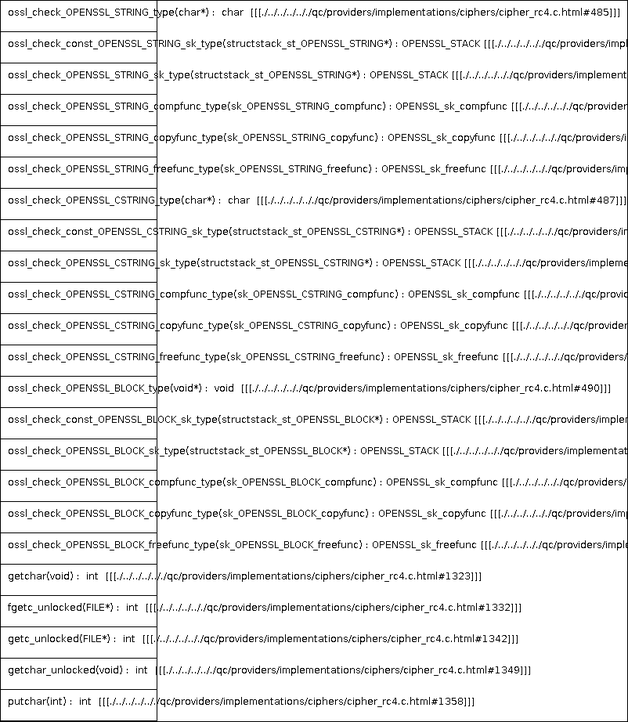
Before: docs/qc/providers/implementations/ciphers/cipher_rc4.c.png, a diagram exported from PlantUML (qualitesys/openssl). Its source is kept beside it as docs/qc/providers/implementations/ciphers/cipher_rc4.c.puml. Source of this version:
```plantuml
@startuml
!pragma layout smetana
class dummy {
ossl_check_OPENSSL_STRING_type(char*) :  char  [[[./../../../.././qc/providers/implementations/ciphers/cipher_rc4.c.html#485]]]
ossl_check_const_OPENSSL_STRING_sk_type(structstack_st_OPENSSL_STRING*) : OPENSSL_STACK [[[./../../../.././qc/providers/implementations/ciphers/cipher_rc4.c.html#485]]]
ossl_check_OPENSSL_STRING_sk_type(structstack_st_OPENSSL_STRING*) : OPENSSL_STACK [[[./../../../.././qc/providers/implementations/ciphers/cipher_rc4.c.html#485]]]
ossl_check_OPENSSL_STRING_compfunc_type(sk_OPENSSL_STRING_compfunc) : OPENSSL_sk_compfunc [[[./../../../.././qc/providers/implementations/ciphers/cipher_rc4.c.html#485]]]
ossl_check_OPENSSL_STRING_copyfunc_type(sk_OPENSSL_STRING_copyfunc) : OPENSSL_sk_copyfunc [[[./../../../.././qc/providers/implementations/ciphers/cipher_rc4.c.html#485]]]
ossl_check_OPENSSL_STRING_freefunc_type(sk_OPENSSL_STRING_freefunc) : OPENSSL_sk_freefunc [[[./../../../.././qc/providers/implementations/ciphers/cipher_rc4.c.html#485]]]
ossl_check_OPENSSL_CSTRING_type(char*) :  char  [[[./../../../.././qc/providers/implementations/ciphers/cipher_rc4.c.html#487]]]
ossl_check_const_OPENSSL_CSTRING_sk_type(structstack_st_OPENSSL_CSTRING*) : OPENSSL_STACK [[[./../../../.././qc/providers/implementations/ciphers/cipher_rc4.c.html#487]]]
ossl_check_OPENSSL_CSTRING_sk_type(structstack_st_OPENSSL_CSTRING*) : OPENSSL_STACK [[[./../../../.././qc/providers/implementations/ciphers/cipher_rc4.c.html#487]]]
ossl_check_OPENSSL_CSTRING_compfunc_type(sk_OPENSSL_CSTRING_compfunc) : OPENSSL_sk_compfunc [[[./../../../.././qc/providers/implementations/ciphers/cipher_rc4.c.html#487]]]
ossl_check_OPENSSL_CSTRING_copyfunc_type(sk_OPENSSL_CSTRING_copyfunc) : OPENSSL_sk_copyfunc [[[./../../../.././qc/providers/implementations/ciphers/cipher_rc4.c.html#487]]]
ossl_check_OPENSSL_CSTRING_freefunc_type(sk_OPENSSL_CSTRING_freefunc) : OPENSSL_sk_freefunc [[[./../../../.././qc/providers/implementations/ciphers/cipher_rc4.c.html#487]]]
ossl_check_OPENSSL_BLOCK_type(void*) :  void  [[[./../../../.././qc/providers/implementations/ciphers/cipher_rc4.c.html#490]]]
ossl_check_const_OPENSSL_BLOCK_sk_type(structstack_st_OPENSSL_BLOCK*) : OPENSSL_STACK [[[./../../../.././qc/providers/implementations/ciphers/cipher_rc4.c.html#490]]]
ossl_check_OPENSSL_BLOCK_sk_type(structstack_st_OPENSSL_BLOCK*) : OPENSSL_STACK [[[./../../../.././qc/providers/implementations/ciphers/cipher_rc4.c.html#490]]]
ossl_check_OPENSSL_BLOCK_compfunc_type(sk_OPENSSL_BLOCK_compfunc) : OPENSSL_sk_compfunc [[[./../../../.././qc/providers/implementations/ciphers/cipher_rc4.c.html#490]]]
ossl_check_OPENSSL_BLOCK_copyfunc_type(sk_OPENSSL_BLOCK_copyfunc) : OPENSSL_sk_copyfunc [[[./../../../.././qc/providers/implementations/ciphers/cipher_rc4.c.html#490]]]
ossl_check_OPENSSL_BLOCK_freefunc_type(sk_OPENSSL_BLOCK_freefunc) : OPENSSL_sk_freefunc [[[./../../../.././qc/providers/implementations/ciphers/cipher_rc4.c.html#490]]]
getchar(void) :  int  [[[./../../../.././qc/providers/implementations/ciphers/cipher_rc4.c.html#1323]]]
fgetc_unlocked(FILE*) :  int  [[[./../../../.././qc/providers/implementations/ciphers/cipher_rc4.c.html#1332]]]
getc_unlocked(FILE*) :  int  [[[./../../../.././qc/providers/implementations/ciphers/cipher_rc4.c.html#1342]]]
getchar_unlocked(void) :  int  [[[./../../../.././qc/providers/implementations/ciphers/cipher_rc4.c.html#1349]]]
putchar(int) :  int  [[[./../../../.././qc/providers/implementations/ciphers/cipher_rc4.c.html#1358]]]
}
@enduml
```
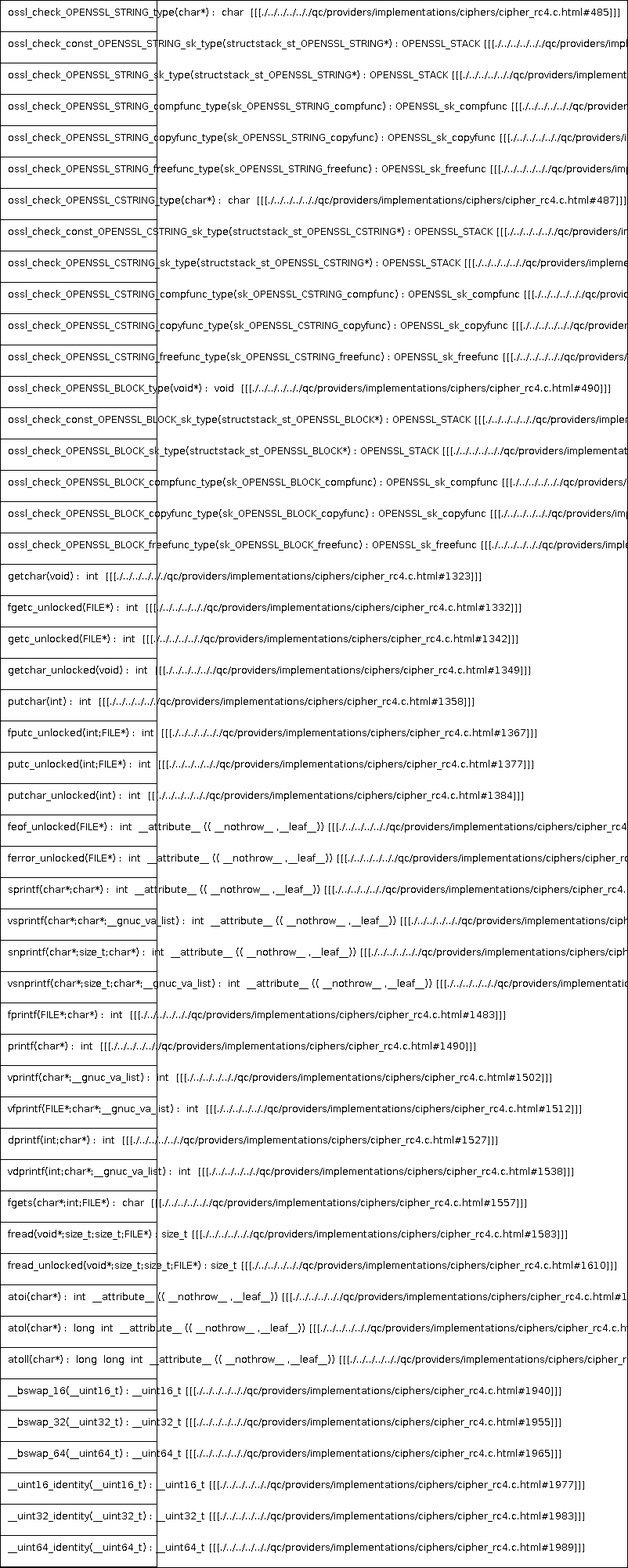
The same file after the commit.

Change to the diagram source:
```diff
@@ -24,5 +24,32 @@
 getc_unlocked(FILE*) :  int  [[[./../../../.././qc/providers/implementations/ciphers/cipher_rc4.c.html#1342]]]
 getchar_unlocked(void) :  int  [[[./../../../.././qc/providers/implementations/ciphers/cipher_rc4.c.html#1349]]]
 putchar(int) :  int  [[[./../../../.././qc/providers/implementations/ciphers/cipher_rc4.c.html#1358]]]
+fputc_unlocked(int;FILE*) :  int  [[[./../../../.././qc/providers/implementations/ciphers/cipher_rc4.c.html#1367]]]
+putc_unlocked(int;FILE*) :  int  [[[./../../../.././qc/providers/implementations/ciphers/cipher_rc4.c.html#1377]]]
+putchar_unlocked(int) :  int  [[[./../../../.././qc/providers/implementations/ciphers/cipher_rc4.c.html#1384]]]
+feof_unlocked(FILE*) :  int  __attribute__ (( __nothrow__ ,__leaf__)) [[[./../../../.././qc/providers/implementations/ciphers/cipher_rc4.c.html#1390]]]
+ferror_unlocked(FILE*) :  int  __attribute__ (( __nothrow__ ,__leaf__)) [[[./../../../.././qc/providers/implementations/ciphers/cipher_rc4.c.html#1397]]]
+sprintf(char*;char*) :  int  __attribute__ (( __nothrow__ ,__leaf__)) [[[./../../../.././qc/providers/implementations/ciphers/cipher_rc4.c.html#1416]]]
+vsprintf(char*;char*;__gnuc_va_list) :  int  __attribute__ (( __nothrow__ ,__leaf__)) [[[./../../../.././qc/providers/implementations/ciphers/cipher_rc4.c.html#1429]]]
+snprintf(char*;size_t;char*) :  int  __attribute__ (( __nothrow__ ,__leaf__)) [[[./../../../.././qc/providers/implementations/ciphers/cipher_rc4.c.html#1448]]]
+vsnprintf(char*;size_t;char*;__gnuc_va_list) :  int  __attribute__ (( __nothrow__ ,__leaf__)) [[[./../../../.././qc/providers/implementations/ciphers/cipher_rc4.c.html#1462]]]
+fprintf(FILE*;char*) :  int  [[[./../../../.././qc/providers/implementations/ciphers/cipher_rc4.c.html#1483]]]
+printf(char*) :  int  [[[./../../../.././qc/providers/implementations/ciphers/cipher_rc4.c.html#1490]]]
+vprintf(char*;__gnuc_va_list) :  int  [[[./../../../.././qc/providers/implementations/ciphers/cipher_rc4.c.html#1502]]]
+vfprintf(FILE*;char*;__gnuc_va_list) :  int  [[[./../../../.././qc/providers/implementations/ciphers/cipher_rc4.c.html#1512]]]
+dprintf(int;char*) :  int  [[[./../../../.././qc/providers/implementations/ciphers/cipher_rc4.c.html#1527]]]
+vdprintf(int;char*;__gnuc_va_list) :  int  [[[./../../../.././qc/providers/implementations/ciphers/cipher_rc4.c.html#1538]]]
+fgets(char*;int;FILE*) :  char  [[[./../../../.././qc/providers/implementations/ciphers/cipher_rc4.c.html#1557]]]
+fread(void*;size_t;size_t;FILE*) : size_t [[[./../../../.././qc/providers/implementations/ciphers/cipher_rc4.c.html#1583]]]
+fread_unlocked(void*;size_t;size_t;FILE*) : size_t [[[./../../../.././qc/providers/implementations/ciphers/cipher_rc4.c.html#1610]]]
+atoi(char*) :  int  __attribute__ (( __nothrow__ ,__leaf__)) [[[./../../../.././qc/providers/implementations/ciphers/cipher_rc4.c.html#1781]]]
+atol(char*) :  long  int  __attribute__ (( __nothrow__ ,__leaf__)) [[[./../../../.././qc/providers/implementations/ciphers/cipher_rc4.c.html#1786]]]
+atoll(char*) :  long  long  int  __attribute__ (( __nothrow__ ,__leaf__)) [[[./../../../.././qc/providers/implementations/ciphers/cipher_rc4.c.html#1793]]]
+__bswap_16(__uint16_t) : __uint16_t [[[./../../../.././qc/providers/implementations/ciphers/cipher_rc4.c.html#1940]]]
+__bswap_32(__uint32_t) : __uint32_t [[[./../../../.././qc/providers/implementations/ciphers/cipher_rc4.c.html#1955]]]
+__bswap_64(__uint64_t) : __uint64_t [[[./../../../.././qc/providers/implementations/ciphers/cipher_rc4.c.html#1965]]]
+__uint16_identity(__uint16_t) : __uint16_t [[[./../../../.././qc/providers/implementations/ciphers/cipher_rc4.c.html#1977]]]
+__uint32_identity(__uint32_t) : __uint32_t [[[./../../../.././qc/providers/implementations/ciphers/cipher_rc4.c.html#1983]]]
+__uint64_identity(__uint64_t) : __uint64_t [[[./../../../.././qc/providers/implementations/ciphers/cipher_rc4.c.html#1989]]]
 }
 @enduml
```
